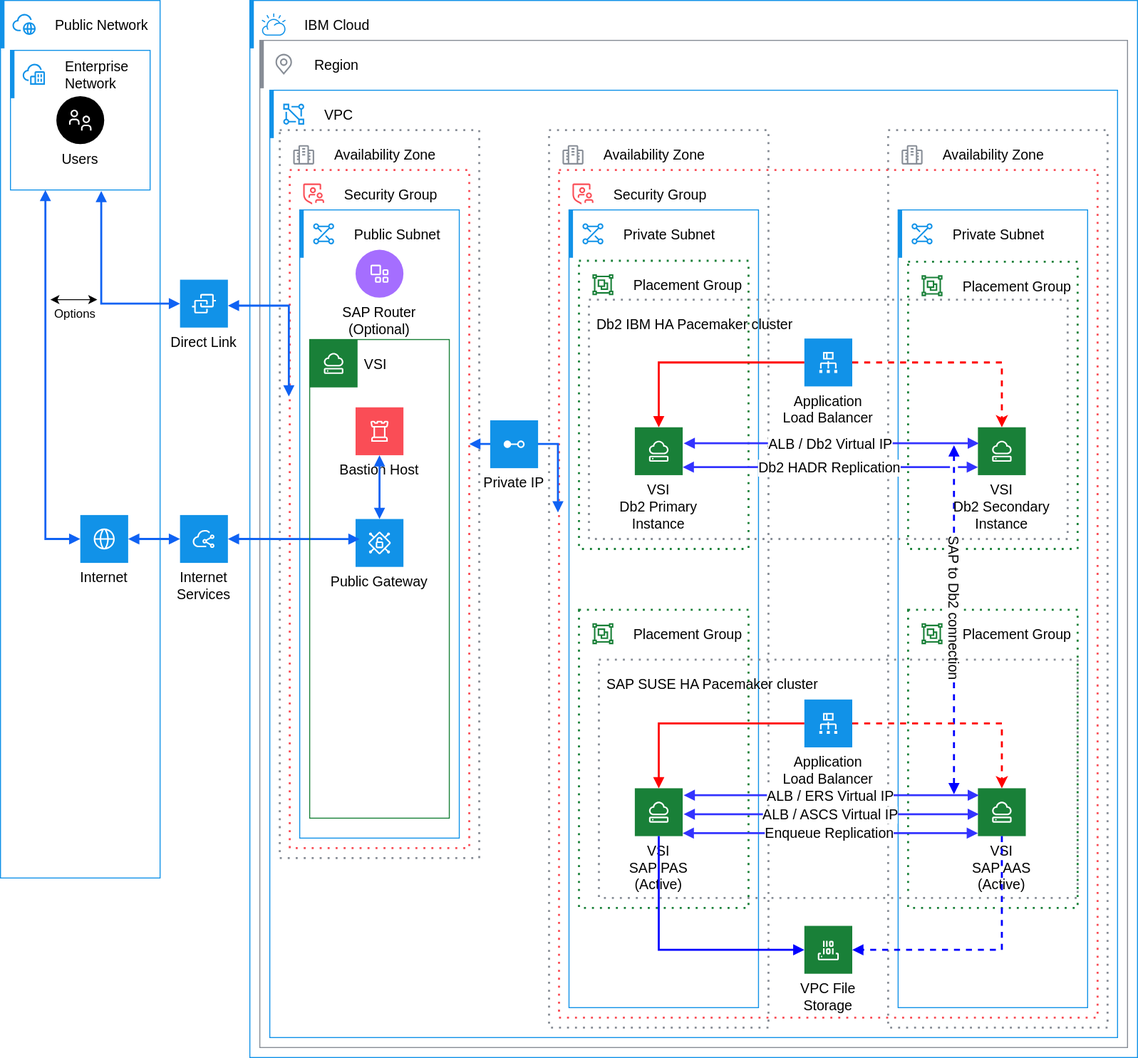
Above: images/sap-db2-vpc-detailedHLA.drawio.svg in ibm-cloud-docs/pattern-db2-sap-vpc (draw.io), before the change. Source tidied: cells renumbered, new cells last; positions are measured from the earlier drawing's top-left corner, leaving out a move shared by most shapes.
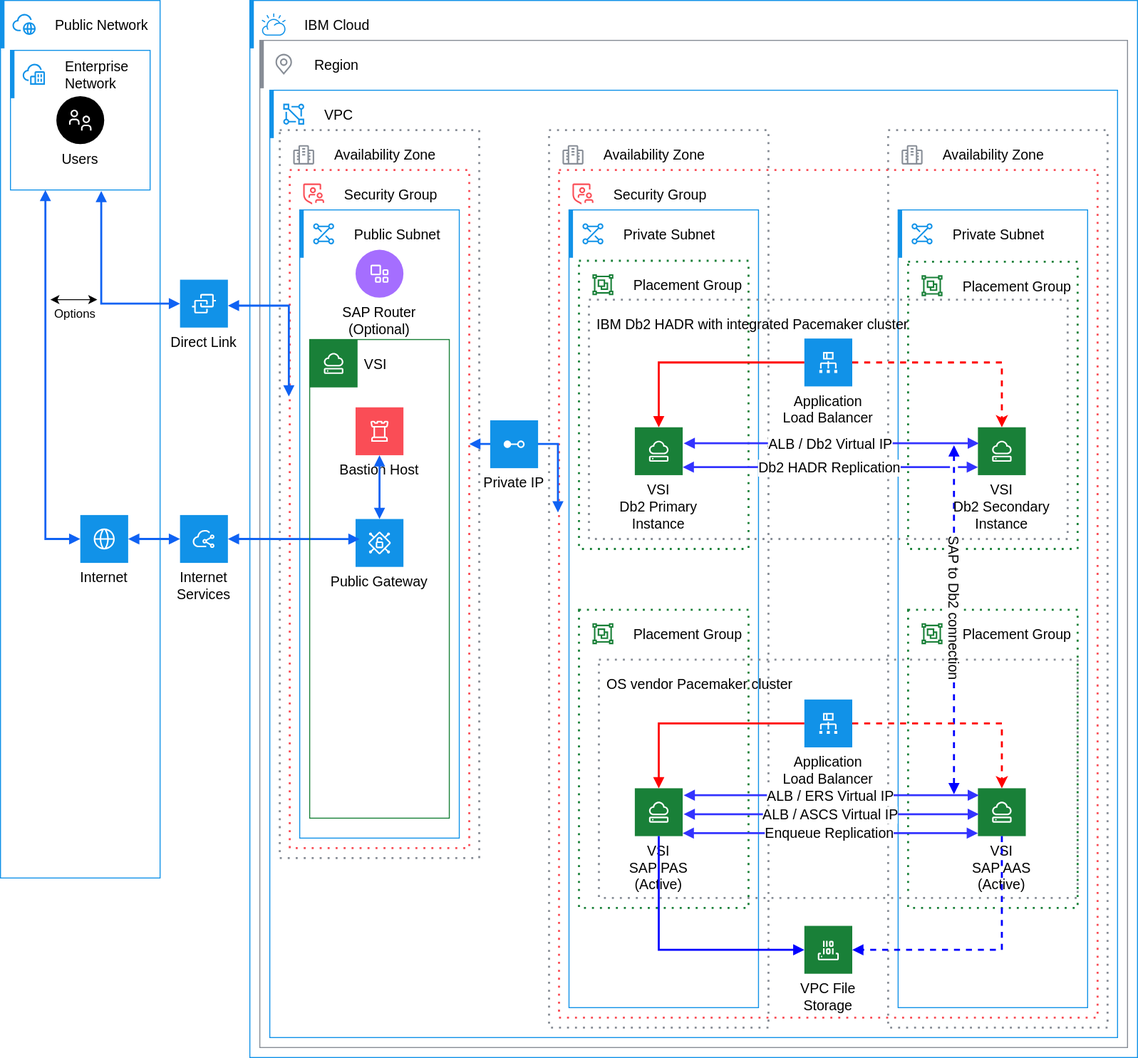
Above is the later version.

Change to the diagram source:
```diff
@@ -223,7 +223,7 @@
     <mxCell id="62" style="html=1;whiteSpace=wrap;strokeColor=#878D96;fillColor=none;dashed=1;dashPattern=1 3;strokeWidth=2;" parent="37" vertex="1">
       <mxGeometry x="40" y="491" width="480" height="239" as="geometry" />
     </mxCell>
-    <mxCell id="63" value="SAP SUSE HA Pacemaker cluster " style="shape=rect;fillColor=none;labelPosition=right;verticalLabelPosition=middle;align=left;verticalAlign=middle;strokeColor=none;spacingLeft=-42;fontSize=14;" parent="62" vertex="1">
+    <mxCell id="63" value="OS vendor Pacemaker cluster " style="shape=rect;fillColor=none;labelPosition=right;verticalLabelPosition=middle;align=left;verticalAlign=middle;strokeColor=none;spacingLeft=-42;fontSize=14;" parent="62" vertex="1">
       <mxGeometry width="48" height="48" relative="1" as="geometry" />
     </mxCell>
     <mxCell id="64" style="endArrow=block;startArrow=block;html=1;rounded=0;startFill=1;endFill=1;strokeWidth=2;strokeColor=#0000FF;dashed=1;" parent="62" edge="1">
@@ -420,7 +420,7 @@
     <mxCell id="107" style="html=1;whiteSpace=wrap;strokeColor=#878D96;fillColor=none;dashed=1;dashPattern=1 3;strokeWidth=2;" parent="1" vertex="1">
       <mxGeometry x="590" y="300" width="480" height="240" as="geometry" />
     </mxCell>
-    <mxCell id="108" value="Db2 IBM HA Pacemaker cluster " style="shape=rect;fillColor=none;labelPosition=right;verticalLabelPosition=middle;align=left;verticalAlign=middle;strokeColor=none;spacingLeft=-42;fontSize=14;" parent="107" vertex="1">
+    <mxCell id="108" value="IBM Db2 HADR with integrated Pacemaker cluster " style="shape=rect;fillColor=none;labelPosition=right;verticalLabelPosition=middle;align=left;verticalAlign=middle;strokeColor=none;spacingLeft=-42;fontSize=14;" parent="107" vertex="1">
       <mxGeometry width="48" height="48" relative="1" as="geometry" />
     </mxCell>
     <mxCell id="109" value="VSI&#10;SAP PAS&#10;(Active)" style="shape=rect;fillColor=#198038;labelPosition=center;verticalLabelPosition=bottom;align=center;verticalAlign=top;strokeColor=none;fontSize=14;" parent="1" vertex="1">
```
